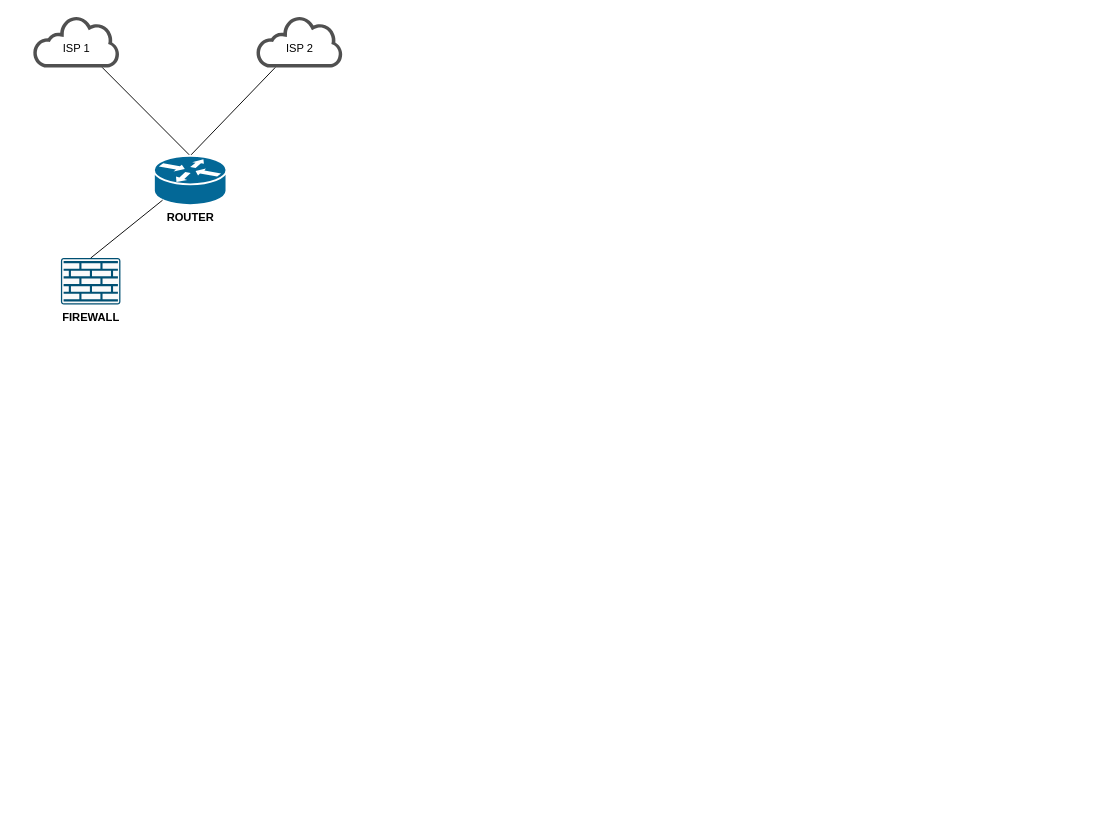
This is network diagrams.drawio from genmancoder/systems-diagrams, a draw.io file, before an edit. Source tidied: cells renumbered, new cells numbered last; positions are measured from the earlier drawing's top-left corner, leaving out a move shared by most shapes. Both pictures are drawn from the tidied source at 93%, with x=0, y=0 at pixel (33, 16). Pictures stored in the file or linked from it are replaced by grey dashed boxes.
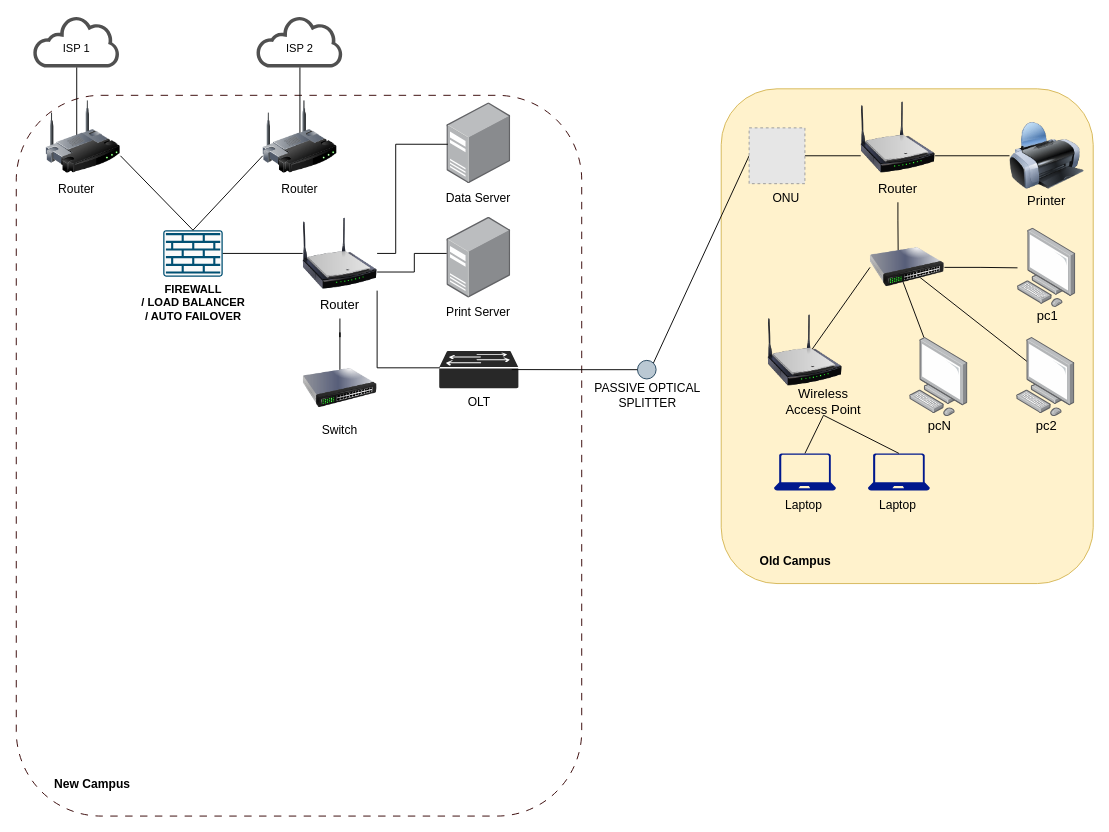
The same diagram, later.

Unchanged cells that the change refers to:
```xml
<mxCell id="2" style="sketch=0;shadow=0;dashed=0;html=1;strokeColor=none;fillColor=#505050;labelPosition=center;verticalLabelPosition=bottom;outlineConnect=0;verticalAlign=top;align=center;shape=mxgraph.office.clouds.cloud;" parent="1" vertex="1">
  <mxGeometry width="94" height="55" as="geometry" />
</mxCell>
<mxCell id="3" style="sketch=0;shadow=0;dashed=0;html=1;strokeColor=none;fillColor=#505050;labelPosition=center;verticalLabelPosition=bottom;outlineConnect=0;verticalAlign=top;align=center;shape=mxgraph.office.clouds.cloud;" parent="1" vertex="1">
  <mxGeometry x="240" width="94" height="55" as="geometry" />
</mxCell>
```

Diff of the diagram source:
```diff
@@
+    <mxCell id="11" style="rounded=1;whiteSpace=wrap;html=1;fillColor=#fff2cc;strokeColor=#d6b656;" parent="1" vertex="1">
+      <mxGeometry x="740" y="78" width="400" height="532" as="geometry" />
+    </mxCell>
+    <mxCell id="12" style="rounded=0;jettySize=auto;html=1;exitX=0.5;exitY=0.5;exitDx=0;exitDy=0;endArrow=none;endFill=0;exitPerimeter=0;" parent="1" edge="1" target="58">
+      <mxGeometry relative="1" as="geometry">
+        <mxPoint x="930" y="271" as="sourcePoint" />
+      </mxGeometry>
+    </mxCell>
+    <mxCell id="13" style="rounded=0;jettySize=auto;html=1;exitX=0.5;exitY=0.5;exitDx=0;exitDy=0;endArrow=none;endFill=0;entryX=0.357;entryY=0.406;entryDx=0;entryDy=0;entryPerimeter=0;exitPerimeter=0;" parent="1" edge="1" source="62" target="55">
+      <mxGeometry relative="1" as="geometry" />
+    </mxCell>
+    <mxCell id="14" style="edgeStyle=orthogonalEdgeStyle;rounded=0;jettySize=auto;html=1;exitX=0.5;exitY=1;exitDx=0;exitDy=0;entryX=0.381;entryY=0.625;entryDx=0;entryDy=0;entryPerimeter=0;endArrow=none;endFill=0;" parent="1" edge="1" source="46" target="62">
+      <mxGeometry relative="1" as="geometry" />
+    </mxCell>
+    <mxCell id="15" style="rounded=1;whiteSpace=wrap;html=1;fillColor=none;strokeColor=#330000;dashed=1;dashPattern=8 8;" parent="1" vertex="1">
+      <mxGeometry x="-18" y="85" width="608" height="775" as="geometry" />
+    </mxCell>
+    <mxCell id="16" style="edgeStyle=orthogonalEdgeStyle;rounded=0;jettySize=auto;html=1;exitX=0.5;exitY=1;exitDx=0;exitDy=0;entryX=0.5;entryY=0.5;entryDx=0;entryDy=0;entryPerimeter=0;endArrow=none;endFill=0;" parent="1" edge="1" source="25" target="31">
+      <mxGeometry relative="1" as="geometry" />
+    </mxCell>
@@
-    <mxCell id="4" value="&lt;b&gt;FIREWALL&lt;/b&gt;" style="sketch=0;points=[[0.015,0.015,0],[0.985,0.015,0],[0.985,0.985,0],[0.015,0.985,0],[0.25,0,0],[0.5,0,0],[0.75,0,0],[1,0.25,0],[1,0.5,0],[1,0.75,0],[0.75,1,0],[0.5,1,0],[0.25,1,0],[0,0.75,0],[0,0.5,0],[0,0.25,0]];verticalLabelPosition=bottom;html=1;verticalAlign=top;align=center;shape=mxgraph.cisco19.rect;prIcon=firewall;fillColor=#FAFAFA;strokeColor=#005073;" parent="1" vertex="1">
-      <mxGeometry x="30" y="260" width="64" height="50" as="geometry" />
+    <mxCell id="4" value="&lt;b&gt;FIREWALL &lt;br&gt;/ LOAD BALANCER &lt;br&gt;/ AUTO FAILOVER&lt;/b&gt;" style="sketch=0;points=[[0.015,0.015,0],[0.985,0.015,0],[0.985,0.985,0],[0.015,0.985,0],[0.25,0,0],[0.5,0,0],[0.75,0,0],[1,0.25,0],[1,0.5,0],[1,0.75,0],[0.75,1,0],[0.5,1,0],[0.25,1,0],[0,0.75,0],[0,0.5,0],[0,0.25,0]];verticalLabelPosition=bottom;html=1;verticalAlign=top;align=center;shape=mxgraph.cisco19.rect;prIcon=firewall;fillColor=#FAFAFA;strokeColor=#005073;" parent="1" vertex="1">
+      <mxGeometry x="140" y="230" width="64" height="50" as="geometry" />
     </mxCell>
-    <mxCell id="5" style="rounded=0;jettySize=auto;html=1;exitX=0.5;exitY=0;exitDx=0;exitDy=0;exitPerimeter=0;endArrow=none;endFill=0;" parent="1" edge="1" source="7" target="2">
-      <mxGeometry relative="1" as="geometry" />
+    <mxCell id="5" style="rounded=0;jettySize=auto;html=1;exitX=0.5;exitY=0;exitDx=0;exitDy=0;exitPerimeter=0;endArrow=none;endFill=0;" parent="1" edge="1" target="2">
+      <mxGeometry relative="1" as="geometry">
+        <mxPoint x="47" y="130" as="sourcePoint" />
+      </mxGeometry>
     </mxCell>
-    <mxCell id="6" style="rounded=0;jettySize=auto;html=1;exitX=0.5;exitY=0;exitDx=0;exitDy=0;exitPerimeter=0;endArrow=none;endFill=0;" parent="1" edge="1" source="7" target="3">
-      <mxGeometry relative="1" as="geometry" />
+    <mxCell id="6" style="rounded=0;jettySize=auto;html=1;endArrow=none;endFill=0;" parent="1" edge="1" target="3">
+      <mxGeometry relative="1" as="geometry">
+        <mxPoint x="287" y="130" as="sourcePoint" />
+      </mxGeometry>
     </mxCell>
-    <mxCell id="7" value="&lt;b&gt;ROUTER&lt;/b&gt;" style="shape=mxgraph.cisco.routers.router;sketch=0;html=1;dashed=0;fillColor=#036897;strokeColor=#ffffff;strokeWidth=2;verticalLabelPosition=bottom;verticalAlign=top;align=center;outlineConnect=0;" parent="1" vertex="1">
-      <mxGeometry x="130" y="150" width="78" height="53" as="geometry" />
-    </mxCell>
-    <mxCell id="8" style="rounded=0;jettySize=auto;html=1;exitX=0.12;exitY=0.9;exitDx=0;exitDy=0;exitPerimeter=0;entryX=0.5;entryY=0;entryDx=0;entryDy=0;entryPerimeter=0;endArrow=none;endFill=0;" parent="1" edge="1" source="7" target="4">
+    <mxCell id="8" style="rounded=0;jettySize=auto;html=1;exitX=1;exitY=0.75;exitDx=0;exitDy=0;entryX=0.5;entryY=0;entryDx=0;entryDy=0;entryPerimeter=0;endArrow=none;endFill=0;" parent="1" edge="1" source="19" target="4">
       <mxGeometry relative="1" as="geometry" />
     </mxCell>
@@
+    <mxCell id="17" style="rounded=0;jettySize=auto;html=1;exitX=0;exitY=0.75;exitDx=0;exitDy=0;entryX=0.5;entryY=0;entryDx=0;entryDy=0;entryPerimeter=0;endArrow=none;endFill=0;" parent="1" edge="1" source="20" target="4">
+      <mxGeometry relative="1" as="geometry" />
+    </mxCell>
+    <mxCell id="18" style="rounded=0;jettySize=auto;html=1;exitX=1;exitY=0.5;exitDx=0;exitDy=0;exitPerimeter=0;entryX=0;entryY=0.5;entryDx=0;entryDy=0;entryPerimeter=0;endArrow=none;endFill=0;" parent="1" edge="1" source="4" target="24">
+      <mxGeometry relative="1" as="geometry" />
+    </mxCell>
+    <mxCell id="19" style="image;html=1;image=img/lib/clip_art/networking/Wireless_Router_128x128.png;" parent="1" vertex="1">
+      <mxGeometry x="14" y="90" width="80" height="80" as="geometry" />
+    </mxCell>
+    <mxCell id="20" style="image;html=1;image=img/lib/clip_art/networking/Wireless_Router_128x128.png;" parent="1" vertex="1">
+      <mxGeometry x="247" y="90" width="80" height="80" as="geometry" />
+    </mxCell>
+    <mxCell id="21" value="&lt;span style=&quot;font-weight: normal; font-size: 13px;&quot;&gt;Router&lt;/span&gt;" style="text;html=1;strokeColor=none;fillColor=none;align=center;verticalAlign=middle;whiteSpace=wrap;rounded=0;fontSize=13;fontStyle=1;" parent="1" vertex="1">
+      <mxGeometry x="17" y="170" width="60" height="30" as="geometry" />
+    </mxCell>
+    <mxCell id="22" value="&lt;span style=&quot;font-weight: normal; font-size: 13px;&quot;&gt;Router&lt;/span&gt;" style="text;html=1;strokeColor=none;fillColor=none;align=center;verticalAlign=middle;whiteSpace=wrap;rounded=0;fontSize=13;fontStyle=1;" parent="1" vertex="1">
+      <mxGeometry x="257" y="170" width="60" height="30" as="geometry" />
+    </mxCell>
+    <mxCell id="23" style="edgeStyle=orthogonalEdgeStyle;rounded=0;jettySize=auto;html=1;exitX=1;exitY=0.75;exitDx=0;exitDy=0;endArrow=none;endFill=0;" parent="1" edge="1" source="24" target="29">
+      <mxGeometry relative="1" as="geometry">
+        <Array as="points">
+          <mxPoint x="410" y="275" />
+          <mxPoint x="410" y="255" />
+        </Array>
+      </mxGeometry>
+    </mxCell>
+    <mxCell id="24" style="image;html=1;image=img/lib/clip_art/networking/Wireless_Router_N_128x128.png;" parent="1" vertex="1">
+      <mxGeometry x="290" y="215" width="80" height="80" as="geometry" />
+    </mxCell>
+    <mxCell id="25" value="&lt;span style=&quot;font-weight: normal; font-size: 14px;&quot;&gt;Router&lt;/span&gt;" style="text;html=1;strokeColor=none;fillColor=none;align=center;verticalAlign=middle;whiteSpace=wrap;rounded=0;fontSize=14;fontStyle=1;" parent="1" vertex="1">
+      <mxGeometry x="300" y="295" width="60" height="30" as="geometry" />
+    </mxCell>
+    <mxCell id="26" style="image;points=[];html=1;align=center;shadow=0;dashed=0;image=img/lib/allied_telesis/computer_and_terminals/Server_Desktop.svg;" parent="1" vertex="1">
+      <mxGeometry x="445" y="93" width="68.6" height="87" as="geometry" />
+    </mxCell>
+    <mxCell id="27" style="edgeStyle=orthogonalEdgeStyle;rounded=0;jettySize=auto;html=1;exitX=1;exitY=0.5;exitDx=0;exitDy=0;entryX=0.015;entryY=0.513;entryDx=0;entryDy=0;entryPerimeter=0;endArrow=none;endFill=0;" parent="1" edge="1" source="24" target="26">
+      <mxGeometry relative="1" as="geometry">
+        <Array as="points">
+          <mxPoint x="390" y="255" />
+          <mxPoint x="390" y="138" />
+        </Array>
+      </mxGeometry>
+    </mxCell>
+    <mxCell id="28" value="&lt;span style=&quot;font-weight: 400; font-size: 13px;&quot;&gt;Data Server&lt;/span&gt;" style="text;html=1;strokeColor=none;fillColor=none;align=center;verticalAlign=middle;whiteSpace=wrap;rounded=0;fontSize=13;fontStyle=1;" parent="1" vertex="1">
+      <mxGeometry x="429.3" y="180" width="100" height="30" as="geometry" />
+    </mxCell>
+    <mxCell id="29" style="image;points=[];html=1;align=center;shadow=0;dashed=0;image=img/lib/allied_telesis/computer_and_terminals/Server_Desktop.svg;" parent="1" vertex="1">
+      <mxGeometry x="445" y="216" width="68.6" height="87" as="geometry" />
+    </mxCell>
+    <mxCell id="30" value="&lt;span style=&quot;font-weight: 400; font-size: 13px;&quot;&gt;Print Server&lt;/span&gt;" style="text;html=1;strokeColor=none;fillColor=none;align=center;verticalAlign=middle;whiteSpace=wrap;rounded=0;fontSize=13;fontStyle=1;" parent="1" vertex="1">
+      <mxGeometry x="429.3" y="303" width="100" height="30" as="geometry" />
+    </mxCell>
+    <mxCell id="31" style="image;html=1;image=img/lib/clip_art/networking/Switch_128x128.png;" parent="1" vertex="1">
+      <mxGeometry x="290" y="360" width="80" height="80" as="geometry" />
+    </mxCell>
+    <mxCell id="32" value="&lt;span style=&quot;font-weight: 400; font-size: 13px;&quot;&gt;Switch&lt;/span&gt;" style="text;html=1;strokeColor=none;fillColor=none;align=center;verticalAlign=middle;whiteSpace=wrap;rounded=0;fontSize=13;fontStyle=1;" parent="1" vertex="1">
+      <mxGeometry x="280" y="430" width="100" height="30" as="geometry" />
+    </mxCell>
+    <mxCell id="33" value="&lt;span style=&quot;font-size: 13px;&quot;&gt;New Campus&lt;/span&gt;" style="text;html=1;strokeColor=none;fillColor=none;align=center;verticalAlign=middle;whiteSpace=wrap;rounded=0;fontSize=13;fontStyle=1;" parent="1" vertex="1">
+      <mxGeometry x="14" y="810" width="100" height="30" as="geometry" />
+    </mxCell>
+    <mxCell id="34" style="verticalLabelPosition=bottom;sketch=0;html=1;fillColor=#282828;strokeColor=none;verticalAlign=top;align=center;shape=mxgraph.cisco_safe.technology_icons.icon23;" parent="1" vertex="1">
+      <mxGeometry x="436.8" y="360" width="85.1" height="40" as="geometry" />
+    </mxCell>
+    <mxCell id="35" style="edgeStyle=orthogonalEdgeStyle;rounded=0;jettySize=auto;html=1;exitX=1;exitY=1;exitDx=0;exitDy=0;entryX=0.009;entryY=0.45;entryDx=0;entryDy=0;entryPerimeter=0;endArrow=none;endFill=0;" parent="1" edge="1" source="24" target="34">
+      <mxGeometry relative="1" as="geometry" />
+    </mxCell>
+    <mxCell id="36" value="&lt;span style=&quot;font-weight: 400; font-size: 13px;&quot;&gt;OLT&lt;/span&gt;" style="text;html=1;strokeColor=none;fillColor=none;align=center;verticalAlign=middle;whiteSpace=wrap;rounded=0;fontSize=13;fontStyle=1;" parent="1" vertex="1">
+      <mxGeometry x="429.8" y="400" width="100" height="30" as="geometry" />
+    </mxCell>
+    <mxCell id="37" style="rounded=0;jettySize=auto;html=1;exitX=1;exitY=0;exitDx=0;exitDy=0;entryX=0;entryY=0.5;entryDx=0;entryDy=0;endArrow=none;endFill=0;" parent="1" edge="1" source="38" target="42">
+      <mxGeometry relative="1" as="geometry" />
+    </mxCell>
+    <mxCell id="38" style="ellipse;whiteSpace=wrap;html=1;fillColor=#bac8d3;strokeColor=#23445d;" parent="1" vertex="1">
+      <mxGeometry x="650" y="370" width="20" height="20" as="geometry" />
+    </mxCell>
+    <mxCell id="39" style="edgeStyle=orthogonalEdgeStyle;rounded=0;jettySize=auto;html=1;exitX=0;exitY=0.5;exitDx=0;exitDy=0;entryX=0.916;entryY=0.497;entryDx=0;entryDy=0;entryPerimeter=0;endArrow=none;endFill=0;" parent="1" edge="1" source="38" target="34">
+      <mxGeometry relative="1" as="geometry" />
+    </mxCell>
+    <mxCell id="40" value="&lt;span style=&quot;font-weight: 400; font-size: 13px;&quot;&gt;PASSIVE OPTICAL SPLITTER&lt;/span&gt;" style="text;html=1;strokeColor=none;fillColor=none;align=center;verticalAlign=middle;whiteSpace=wrap;rounded=0;fontSize=13;fontStyle=1;" parent="1" vertex="1">
+      <mxGeometry x="601" y="393" width="120" height="30" as="geometry" />
+    </mxCell>
+    <mxCell id="41" style="rounded=0;jettySize=auto;html=1;exitX=1;exitY=0.5;exitDx=0;exitDy=0;entryX=0;entryY=0.75;entryDx=0;entryDy=0;endArrow=none;endFill=0;" parent="1" edge="1" source="42" target="45">
+      <mxGeometry relative="1" as="geometry" />
+    </mxCell>
+    <mxCell id="42" style="fillColor=#E6E6E6;strokeColor=#999999;dashed=1;html=1;verticalAlign=top;verticalLabelPosition=bottom;labelBackgroundColor=#ffffff;" parent="1" vertex="1">
+      <mxGeometry x="770" y="120" width="60" height="60" as="geometry" />
+    </mxCell>
+    <mxCell id="43" value="&lt;span style=&quot;font-weight: 400;&quot;&gt;ONU&lt;/span&gt;" style="text;html=1;strokeColor=none;fillColor=none;align=center;verticalAlign=middle;whiteSpace=wrap;rounded=0;fontSize=13;fontStyle=1;" parent="1" vertex="1">
+      <mxGeometry x="750" y="180" width="120" height="30" as="geometry" />
+    </mxCell>
+    <mxCell id="44" style="group;" parent="1" vertex="1">
+      <mxGeometry x="890" y="90" width="80" height="110" as="geometry" />
+    </mxCell>
+    <mxCell id="45" style="image;html=1;image=img/lib/clip_art/networking/Wireless_Router_N_128x128.png;" parent="44" vertex="1">
+      <mxGeometry width="80" height="80" as="geometry" />
+    </mxCell>
+    <mxCell id="46" value="&lt;span style=&quot;font-weight: normal; font-size: 14px;&quot;&gt;Router&lt;/span&gt;" style="text;html=1;strokeColor=none;fillColor=none;align=center;verticalAlign=middle;whiteSpace=wrap;rounded=0;fontSize=14;fontStyle=1;" parent="44" vertex="1">
+      <mxGeometry x="10" y="80" width="60" height="30" as="geometry" />
+    </mxCell>
+    <mxCell id="47" value="&lt;span style=&quot;font-size: 13px;&quot;&gt;Old Campus&lt;/span&gt;" style="text;html=1;strokeColor=none;fillColor=none;align=center;verticalAlign=middle;whiteSpace=wrap;rounded=0;fontSize=13;fontStyle=1;" parent="1" vertex="1">
+      <mxGeometry x="770" y="570" width="100" height="30" as="geometry" />
+    </mxCell>
+    <mxCell id="48" style="image;html=1;image=img/lib/clip_art/computers/Printer_128x128.png;" parent="1" vertex="1">
+      <mxGeometry x="1050" y="110" width="80" height="80" as="geometry" />
+    </mxCell>
+    <mxCell id="49" style="edgeStyle=orthogonalEdgeStyle;rounded=0;jettySize=auto;html=1;exitX=1;exitY=0.75;exitDx=0;exitDy=0;entryX=0;entryY=0.5;entryDx=0;entryDy=0;endArrow=none;endFill=0;" parent="1" edge="1" source="45" target="48">
+      <mxGeometry relative="1" as="geometry" />
+    </mxCell>
+    <mxCell id="50" value="&lt;span style=&quot;font-weight: 400;&quot;&gt;Printer&lt;/span&gt;" style="text;html=1;strokeColor=none;fillColor=none;align=center;verticalAlign=middle;whiteSpace=wrap;rounded=0;fontSize=14;fontStyle=1;" parent="1" vertex="1">
+      <mxGeometry x="1060" y="183" width="60" height="30" as="geometry" />
+    </mxCell>
+    <mxCell id="51" style="group;" parent="1" vertex="1">
+      <mxGeometry x="1056" y="227.9" width="70" height="109.1" as="geometry" />
+    </mxCell>
+    <mxCell id="52" style="image;points=[];html=1;align=center;shadow=0;dashed=0;image=img/lib/allied_telesis/computer_and_terminals/Personal_Computer.svg;" parent="51" vertex="1">
+      <mxGeometry x="2.6" width="62.8" height="85.1" as="geometry" />
+    </mxCell>
+    <mxCell id="53" value="&lt;span style=&quot;font-weight: 400;&quot;&gt;pc1&lt;/span&gt;" style="text;html=1;strokeColor=none;fillColor=none;align=center;verticalAlign=middle;whiteSpace=wrap;rounded=0;fontSize=14;fontStyle=1;" parent="51" vertex="1">
+      <mxGeometry y="79.1" width="70" height="30" as="geometry" />
+    </mxCell>
+    <mxCell id="54" style="group;" parent="1" vertex="1">
+      <mxGeometry x="1055" y="345.4" width="70" height="109.1" as="geometry" />
+    </mxCell>
+    <mxCell id="55" style="image;points=[];html=1;align=center;shadow=0;dashed=0;image=img/lib/allied_telesis/computer_and_terminals/Personal_Computer.svg;" parent="54" vertex="1">
+      <mxGeometry x="2.6" width="62.8" height="85.1" as="geometry" />
+    </mxCell>
+    <mxCell id="56" value="&lt;span style=&quot;font-weight: 400;&quot;&gt;pc2&lt;/span&gt;" style="text;html=1;strokeColor=none;fillColor=none;align=center;verticalAlign=middle;whiteSpace=wrap;rounded=0;fontSize=14;fontStyle=1;" parent="54" vertex="1">
+      <mxGeometry y="79.1" width="70" height="30" as="geometry" />
+    </mxCell>
+    <mxCell id="57" style="group;" parent="1" vertex="1">
+      <mxGeometry x="940" y="345.4" width="70" height="109.1" as="geometry" />
+    </mxCell>
+    <mxCell id="58" style="image;points=[];html=1;align=center;shadow=0;dashed=0;image=img/lib/allied_telesis/computer_and_terminals/Personal_Computer.svg;" parent="57" vertex="1">
+      <mxGeometry x="2.6" width="62.8" height="85.1" as="geometry" />
+    </mxCell>
+    <mxCell id="59" value="&lt;span style=&quot;font-weight: 400;&quot;&gt;pcN&lt;/span&gt;" style="text;html=1;strokeColor=none;fillColor=none;align=center;verticalAlign=middle;whiteSpace=wrap;rounded=0;fontSize=14;fontStyle=1;" parent="57" vertex="1">
+      <mxGeometry y="79.1" width="70" height="30" as="geometry" />
+    </mxCell>
+    <mxCell id="60" style="edgeStyle=orthogonalEdgeStyle;rounded=0;jettySize=auto;html=1;exitX=1;exitY=0.5;exitDx=0;exitDy=0;endArrow=none;endFill=0;" parent="1" edge="1" source="62" target="52">
+      <mxGeometry relative="1" as="geometry" />
+    </mxCell>
+    <mxCell id="61" style="rounded=0;jettySize=auto;html=1;exitX=0;exitY=0.5;exitDx=0;exitDy=0;entryX=0.5;entryY=0.625;entryDx=0;entryDy=0;endArrow=none;endFill=0;entryPerimeter=0;" parent="1" edge="1" source="62" target="64">
+      <mxGeometry relative="1" as="geometry" />
+    </mxCell>
+    <mxCell id="62" style="image;html=1;image=img/lib/clip_art/networking/Switch_128x128.png;" parent="1" vertex="1">
+      <mxGeometry x="900" y="230" width="80" height="80" as="geometry" />
+    </mxCell>
+    <mxCell id="63" style="group;" parent="1" vertex="1">
+      <mxGeometry x="790" y="319" width="110" height="110" as="geometry" />
+    </mxCell>
+    <mxCell id="64" style="image;html=1;image=img/lib/clip_art/networking/Wireless_Router_N_128x128.png;" parent="63" vertex="1">
+      <mxGeometry width="80" height="80" as="geometry" />
+    </mxCell>
+    <mxCell id="65" value="&lt;span style=&quot;font-weight: normal; font-size: 14px;&quot;&gt;Wireless Access Point&lt;/span&gt;" style="text;html=1;strokeColor=none;fillColor=none;align=center;verticalAlign=middle;whiteSpace=wrap;rounded=0;fontSize=14;fontStyle=1;" parent="63" vertex="1">
+      <mxGeometry x="10" y="80" width="100" height="30" as="geometry" />
+    </mxCell>
+    <mxCell id="66" style="group;" parent="1" vertex="1">
+      <mxGeometry x="769" y="470" width="120" height="70" as="geometry" />
+    </mxCell>
+    <mxCell id="67" style="sketch=0;shadow=0;dashed=0;html=1;strokeColor=none;labelPosition=center;verticalLabelPosition=bottom;verticalAlign=top;align=center;fillColor=#00188D;shape=mxgraph.azure.laptop;" parent="66" vertex="1">
+      <mxGeometry x="27.7" width="66.7" height="40" as="geometry" />
+    </mxCell>
+    <mxCell id="68" value="&lt;span style=&quot;font-weight: 400; font-size: 13px;&quot;&gt;Laptop&lt;/span&gt;" style="text;html=1;strokeColor=none;fillColor=none;align=center;verticalAlign=middle;whiteSpace=wrap;rounded=0;fontSize=13;fontStyle=1;" parent="66" vertex="1">
+      <mxGeometry y="40" width="120" height="30" as="geometry" />
+    </mxCell>
+    <mxCell id="69" style="group;" parent="1" vertex="1">
+      <mxGeometry x="870" y="470" width="120" height="70" as="geometry" />
+    </mxCell>
+    <mxCell id="70" style="sketch=0;shadow=0;dashed=0;html=1;strokeColor=none;labelPosition=center;verticalLabelPosition=bottom;verticalAlign=top;align=center;fillColor=#00188D;shape=mxgraph.azure.laptop;" parent="69" vertex="1">
+      <mxGeometry x="27.7" width="66.7" height="40" as="geometry" />
+    </mxCell>
+    <mxCell id="71" value="&lt;span style=&quot;font-weight: 400; font-size: 13px;&quot;&gt;Laptop&lt;/span&gt;" style="text;html=1;strokeColor=none;fillColor=none;align=center;verticalAlign=middle;whiteSpace=wrap;rounded=0;fontSize=13;fontStyle=1;" parent="69" vertex="1">
+      <mxGeometry y="40" width="120" height="30" as="geometry" />
+    </mxCell>
+    <mxCell id="72" style="rounded=0;jettySize=auto;html=1;exitX=0.5;exitY=0;exitDx=0;exitDy=0;exitPerimeter=0;entryX=0.5;entryY=1;entryDx=0;entryDy=0;endArrow=none;endFill=0;" parent="1" edge="1" source="70" target="65">
+      <mxGeometry relative="1" as="geometry" />
+    </mxCell>
+    <mxCell id="73" style="rounded=0;jettySize=auto;html=1;exitX=0.5;exitY=0;exitDx=0;exitDy=0;exitPerimeter=0;entryX=0.5;entryY=1;entryDx=0;entryDy=0;endArrow=none;endFill=0;" parent="1" edge="1" source="67" target="65">
+      <mxGeometry relative="1" as="geometry" />
+    </mxCell>
```
